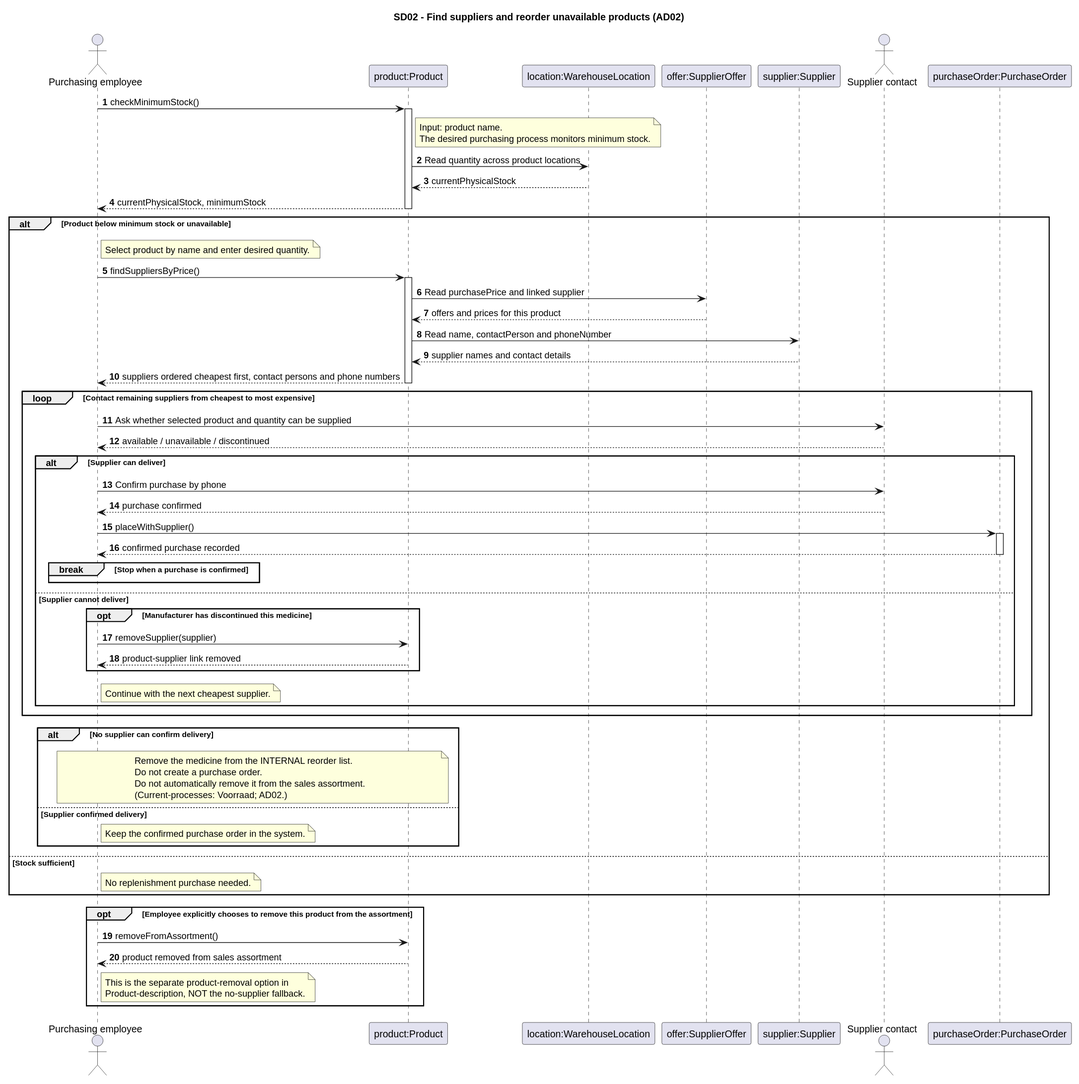
Above: Documentation/Architecture/uml/export/sequence_diagrams/SD02_ProductNietOpVoorraad.svg in ViktorQorri/Project-Timaflu (PlantUML), before the change.
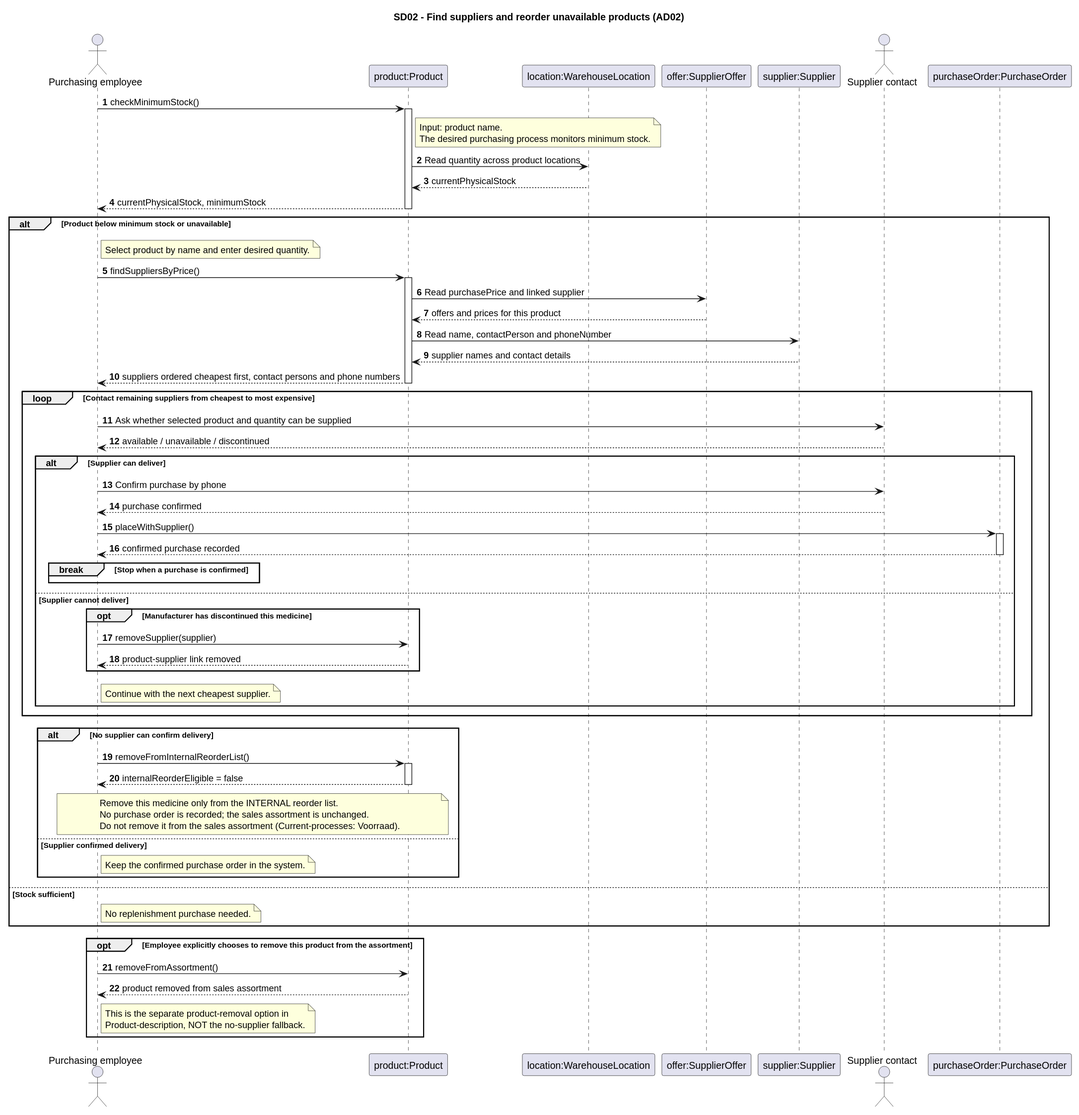
The same diagram one commit later.

Change to the diagram source:
```diff
@@ -54,11 +54,14 @@
   end
 
   alt No supplier can confirm delivery
+    Purchasing -> Product: removeFromInternalReorderList()
+    activate Product
+    Product --> Purchasing: internalReorderEligible = false
+    deactivate Product
     note over Purchasing, Product
-      Remove the medicine from the INTERNAL reorder list.
-      Do not create a purchase order.
-      Do not automatically remove it from the sales assortment.
-      (Current-processes: Voorraad; AD02.)
+      Remove this medicine only from the INTERNAL reorder list.
+      No purchase order is recorded; the sales assortment is unchanged.
+      Do not remove it from the sales assortment (Current-processes: Voorraad).
     end note
   else Supplier confirmed delivery
     note right of Purchasing: Keep the confirmed purchase order in the system.
```
